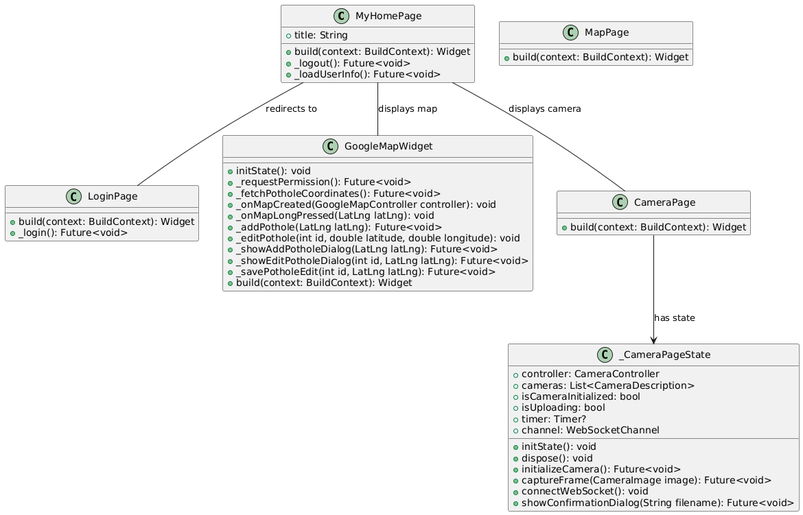
The PlantUML diagram documentation/client_class_diagram.png in Swintleton/pothole_server, before a commit.
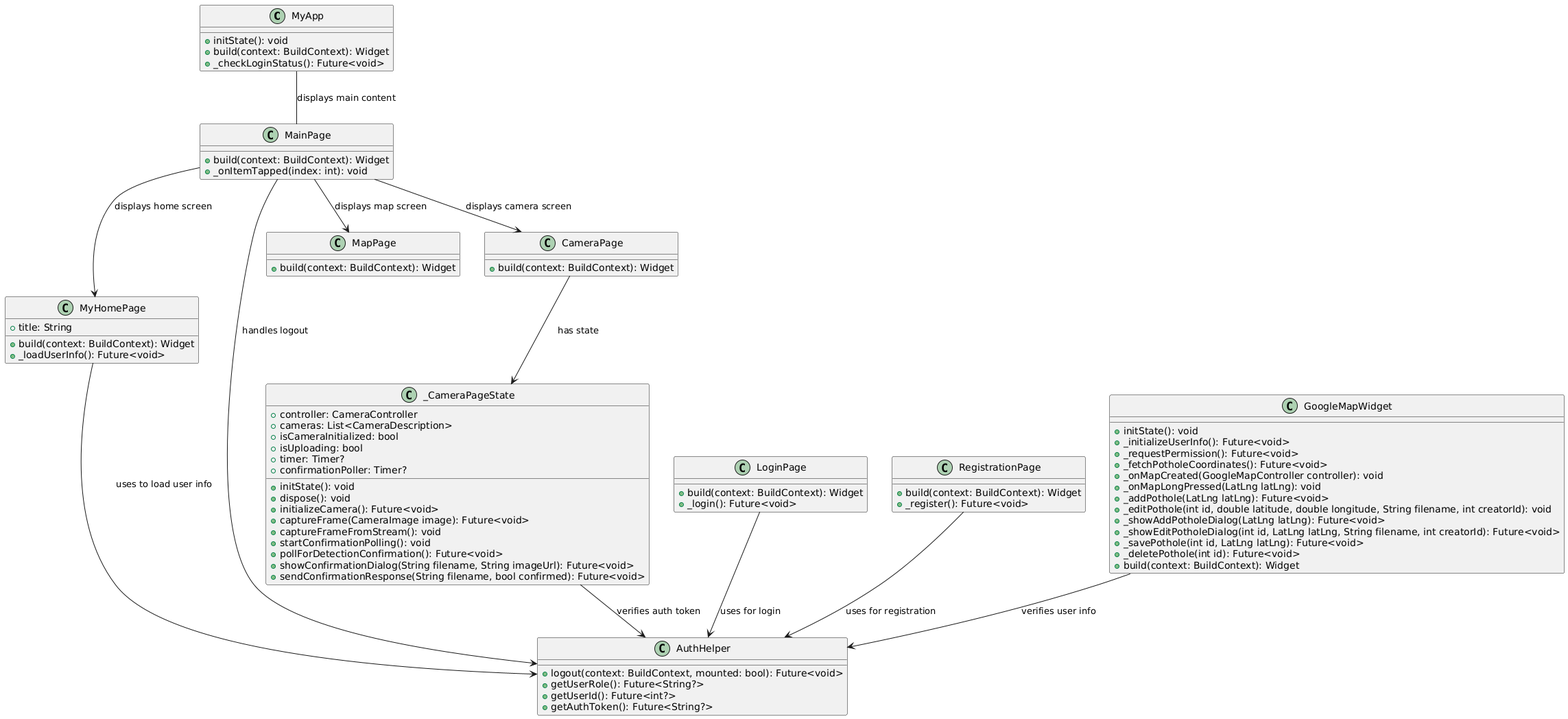
The same file after the commit.

Change to the diagram source:
```diff
@@ -1,8 +1,18 @@
 @startuml
+class MyApp {
+  + initState(): void
+  + build(context: BuildContext): Widget
+  + _checkLoginStatus(): Future<void>
+}
+
+class MainPage {
+  + build(context: BuildContext): Widget
+  + _onItemTapped(index: int): void
+}
+
 class MyHomePage {
   + title: String
   + build(context: BuildContext): Widget
-  + _logout(): Future<void>
   + _loadUserInfo(): Future<void>
 }
 
@@ -11,21 +21,35 @@
   + _login(): Future<void>
 }
 
+class RegistrationPage {
+  + build(context: BuildContext): Widget
+  + _register(): Future<void>
+}
+
+class AuthHelper {
+  + logout(context: BuildContext, mounted: bool): Future<void>
+  + getUserRole(): Future<String?>
+  + getUserId(): Future<int?>
+  + getAuthToken(): Future<String?>
+}
+
 class MapPage {
   + build(context: BuildContext): Widget
 }
 
 class GoogleMapWidget {
   + initState(): void
+  + _initializeUserInfo(): Future<void>
   + _requestPermission(): Future<void>
   + _fetchPotholeCoordinates(): Future<void>
   + _onMapCreated(GoogleMapController controller): void
   + _onMapLongPressed(LatLng latLng): void
   + _addPothole(LatLng latLng): Future<void>
-  + _editPothole(int id, double latitude, double longitude): void
+  + _editPothole(int id, double latitude, double longitude, String filename, int creatorId): void
   + _showAddPotholeDialog(LatLng latLng): Future<void>
-  + _showEditPotholeDialog(int id, LatLng latLng): Future<void>
-  + _savePotholeEdit(int id, LatLng latLng): Future<void>
+  + _showEditPotholeDialog(int id, LatLng latLng, String filename, int creatorId): Future<void>
+  + _savePothole(int id, LatLng latLng): Future<void>
+  + _deletePothole(int id): Future<void>
   + build(context: BuildContext): Widget
 }
 
@@ -39,19 +63,31 @@
   + isCameraInitialized: bool
   + isUploading: bool
   + timer: Timer?
-  + channel: WebSocketChannel
+  + confirmationPoller: Timer?
 
   + initState(): void
   + dispose(): void
   + initializeCamera(): Future<void>
   + captureFrame(CameraImage image): Future<void>
-  + connectWebSocket(): void
-  + showConfirmationDialog(String filename): Future<void>
+  + captureFrameFromStream(): void
+  + startConfirmationPolling(): void
+  + pollForDetectionConfirmation(): Future<void>
+  + showConfirmationDialog(String filename, String imageUrl): Future<void>
+  + sendConfirmationResponse(String filename, bool confirmed): Future<void>
 }
 
-MyHomePage -- LoginPage : "redirects to"
-MyHomePage -- GoogleMapWidget : "displays map"
-MyHomePage -- CameraPage : "displays camera"
+MyApp -- MainPage : "displays main content"
+MainPage --> MyHomePage : "displays home screen"
+MainPage --> MapPage : "displays map screen"
+MainPage --> CameraPage : "displays camera screen"
+MainPage --> AuthHelper : "handles logout"
+
+MyHomePage --> AuthHelper : "uses to load user info"
+LoginPage --> AuthHelper : "uses for login"
+RegistrationPage --> AuthHelper : "uses for registration"
+
+GoogleMapWidget --> AuthHelper : "verifies user info"
 
 CameraPage --> _CameraPageState : "has state"
+_CameraPageState --> AuthHelper : "verifies auth token"
 @enduml
```
